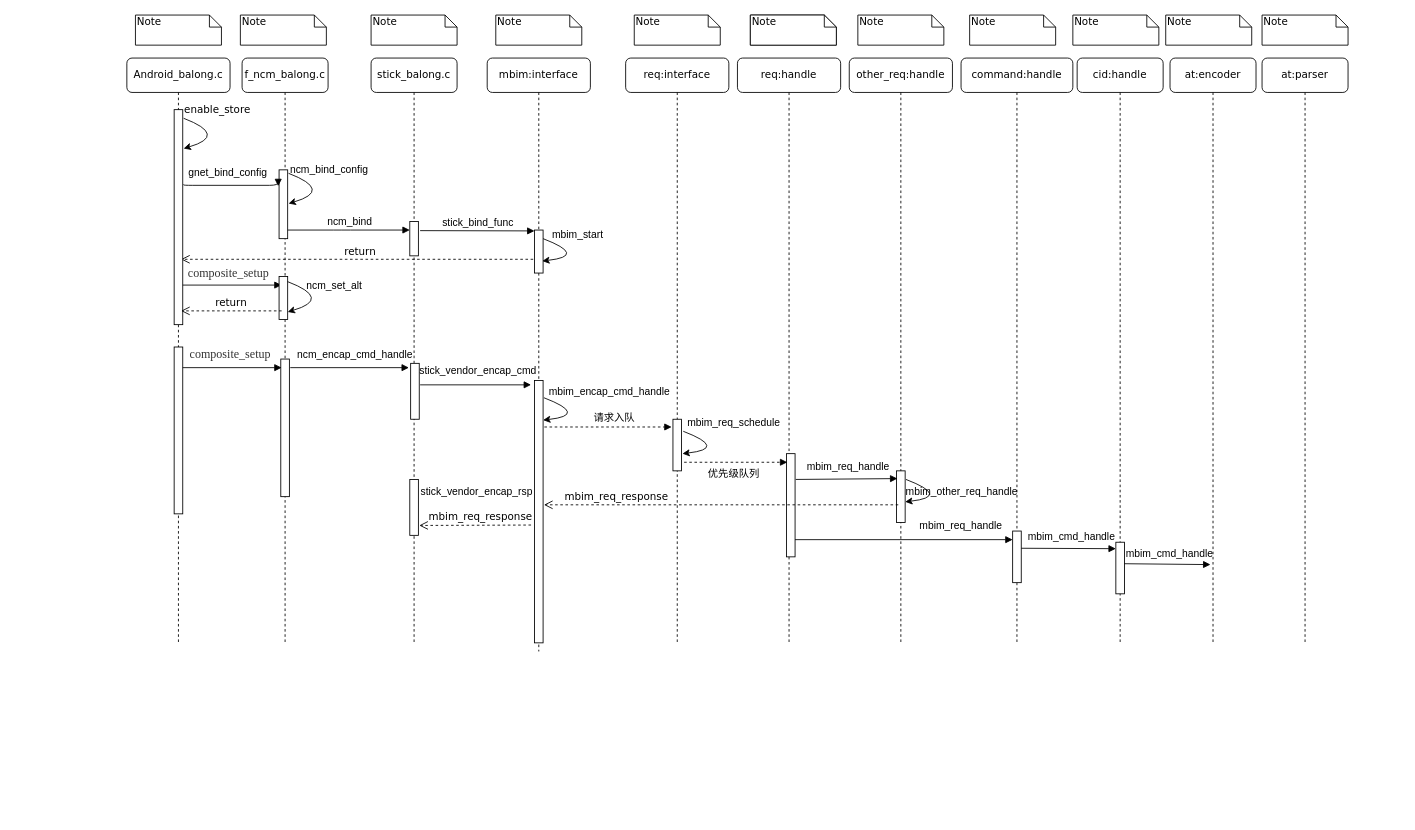
liuhongkang/paper keeps this draw.io diagram as MBIM.drawio. Above is the earlier version. Source tidied: cells renumbered, new cells numbered last; positions are measured from the earlier drawing's top-left corner, leaving out a move shared by most shapes. Both pictures are drawn from the tidied source at 86%, with x=0, y=0 at pixel (126, 15).
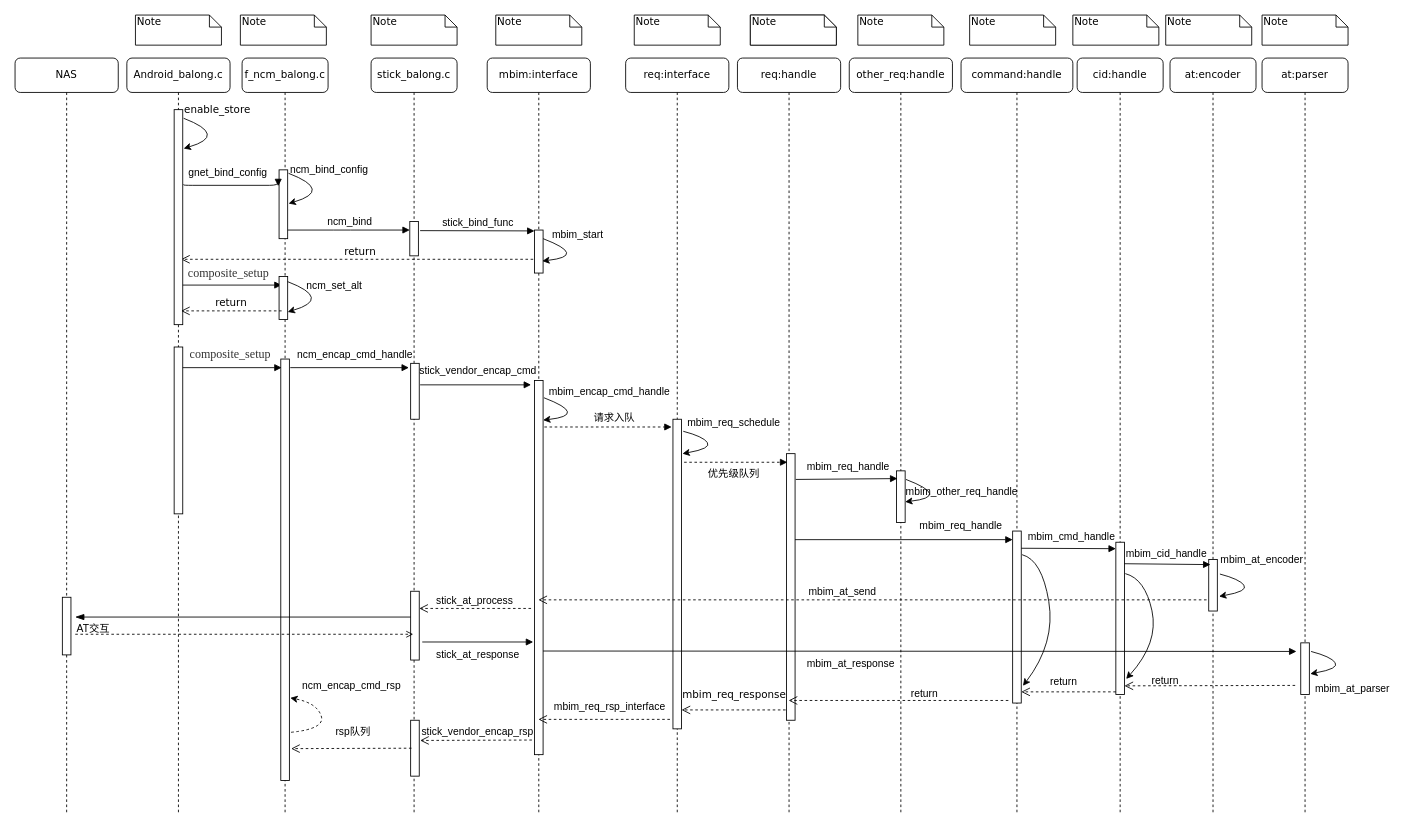
After the change.

The edit, as a diff of the source:
```diff
@@
     <mxCell id="4" value="mbim:interface" style="shape=umlLifeline;perimeter=lifelinePerimeter;whiteSpace=wrap;html=1;outlineConnect=0;rounded=1;shadow=0;comic=0;labelBackgroundColor=none;strokeWidth=1;fontFamily=Verdana;fontSize=12;align=center;" parent="1" vertex="1">
-      <mxGeometry x="419" y="50" width="120" height="690" as="geometry" />
+      <mxGeometry x="419" y="50" width="120" height="880" as="geometry" />
     </mxCell>
@@
     <mxCell id="6" value="f_ncm_balong.c" style="shape=umlLifeline;perimeter=lifelinePerimeter;whiteSpace=wrap;html=1;rounded=1;shadow=0;comic=0;labelBackgroundColor=none;strokeWidth=1;fontFamily=Verdana;fontSize=12;align=center;" parent="1" vertex="1">
-      <mxGeometry x="134" y="50" width="100" height="680" as="geometry" />
+      <mxGeometry x="134" y="50" width="100" height="880" as="geometry" />
     </mxCell>
@@
     <mxCell id="9" style="html=1;perimeter=orthogonalPerimeter;rounded=0;shadow=0;comic=0;labelBackgroundColor=none;strokeWidth=1;fontFamily=Verdana;fontSize=12;align=center;" parent="6" vertex="1">
-      <mxGeometry x="45" y="350" width="10" height="160" as="geometry" />
+      <mxGeometry x="45" y="350" width="10" height="490" as="geometry" />
     </mxCell>
     <mxCell id="10" value="stick_balong.c" style="shape=umlLifeline;perimeter=lifelinePerimeter;whiteSpace=wrap;html=1;rounded=1;shadow=0;comic=0;labelBackgroundColor=none;strokeWidth=1;fontFamily=Verdana;fontSize=12;align=center;" parent="1" vertex="1">
-      <mxGeometry x="284" y="50" width="100" height="680" as="geometry" />
+      <mxGeometry x="284" y="50" width="100" height="880" as="geometry" />
     </mxCell>
@@
-    <mxCell id="13" style="html=1;perimeter=orthogonalPerimeter;rounded=0;shadow=0;comic=0;labelBackgroundColor=none;strokeWidth=1;fontFamily=Verdana;fontSize=12;align=center;" parent="10" vertex="1">
-      <mxGeometry x="45" y="490" width="10" height="65" as="geometry" />
-    </mxCell>
+    <mxCell id="84" style="html=1;perimeter=orthogonalPerimeter;rounded=0;shadow=0;comic=0;labelBackgroundColor=none;strokeWidth=1;fontFamily=Verdana;fontSize=12;align=center;" parent="10" vertex="1">
+      <mxGeometry x="46" y="620" width="10" height="80" as="geometry" />
+    </mxCell>
+    <mxCell id="85" style="html=1;perimeter=orthogonalPerimeter;rounded=0;shadow=0;comic=0;labelBackgroundColor=none;strokeWidth=1;fontFamily=Verdana;fontSize=12;align=center;" parent="10" vertex="1">
+      <mxGeometry x="46" y="770" width="10" height="65" as="geometry" />
+    </mxCell>
     <mxCell id="14" value="req:interface" style="shape=umlLifeline;perimeter=lifelinePerimeter;whiteSpace=wrap;html=1;rounded=1;shadow=0;comic=0;labelBackgroundColor=none;strokeWidth=1;fontFamily=Verdana;fontSize=12;align=center;" parent="1" vertex="1">
-      <mxGeometry x="580" y="50" width="120" height="680" as="geometry" />
+      <mxGeometry x="580" y="50" width="120" height="880" as="geometry" />
     </mxCell>
     <mxCell id="15" style="html=1;perimeter=orthogonalPerimeter;rounded=0;shadow=0;comic=0;labelBackgroundColor=none;strokeWidth=1;fontFamily=Verdana;fontSize=12;align=center;" parent="14" vertex="1">
-      <mxGeometry x="55" y="420" width="10" height="60" as="geometry" />
+      <mxGeometry x="55" y="420" width="10" height="360" as="geometry" />
     </mxCell>
     <mxCell id="16" value="req:handle" style="shape=umlLifeline;perimeter=lifelinePerimeter;whiteSpace=wrap;html=1;rounded=1;shadow=0;comic=0;labelBackgroundColor=none;strokeWidth=1;fontFamily=Verdana;fontSize=12;align=center;" parent="1" vertex="1">
-      <mxGeometry x="710" y="50" width="120" height="680" as="geometry" />
+      <mxGeometry x="710" y="50" width="120" height="880" as="geometry" />
     </mxCell>
     <mxCell id="17" value="&lt;span style=&quot;font-family: &amp;#34;verdana&amp;#34;&quot;&gt;other_req:handle&lt;/span&gt;" style="shape=umlLifeline;perimeter=lifelinePerimeter;whiteSpace=wrap;html=1;rounded=1;shadow=0;comic=0;labelBackgroundColor=none;strokeWidth=1;fontFamily=Verdana;fontSize=12;align=center;" parent="1" vertex="1">
-      <mxGeometry x="840" y="50" width="120" height="680" as="geometry" />
+      <mxGeometry x="840" y="50" width="120" height="880" as="geometry" />
     </mxCell>
@@
     <mxCell id="19" value="Android_balong.c" style="shape=umlLifeline;perimeter=lifelinePerimeter;whiteSpace=wrap;html=1;rounded=1;shadow=0;comic=0;labelBackgroundColor=none;strokeWidth=1;fontFamily=Verdana;fontSize=12;align=center;" parent="1" vertex="1">
-      <mxGeometry y="50" width="120" height="680" as="geometry" />
+      <mxGeometry y="50" width="120" height="880" as="geometry" />
     </mxCell>
@@
     <mxCell id="23" style="html=1;points=[];perimeter=orthogonalPerimeter;rounded=0;shadow=0;comic=0;labelBackgroundColor=none;strokeWidth=1;fontFamily=Verdana;fontSize=12;align=center;" parent="1" vertex="1">
-      <mxGeometry x="474" y="425" width="10" height="305" as="geometry" />
+      <mxGeometry x="474" y="425" width="10" height="435" as="geometry" />
     </mxCell>
@@
     <mxCell id="25" style="html=1;perimeter=orthogonalPerimeter;rounded=0;shadow=0;comic=0;labelBackgroundColor=none;strokeWidth=1;fontFamily=Verdana;fontSize=12;align=center;" parent="1" vertex="1">
-      <mxGeometry x="767" y="510" width="10" height="120" as="geometry" />
+      <mxGeometry x="767" y="510" width="10" height="310" as="geometry" />
     </mxCell>
-    <mxCell id="26" value="mbim_req_response" style="html=1;verticalAlign=bottom;endArrow=open;dashed=1;endSize=8;labelBackgroundColor=none;fontFamily=Verdana;fontSize=12;edgeStyle=elbowEdgeStyle;elbow=vertical;entryX=1.1;entryY=0.472;entryDx=0;entryDy=0;entryPerimeter=0;" parent="1" edge="1" target="23">
-      <mxGeometry x="0.59" y="-1" relative="1" as="geometry">
-        <mxPoint x="897" y="569.5" as="sourcePoint" />
-        <Array as="points">
-          <mxPoint x="620" y="569.5" />
-        </Array>
+    <mxCell id="26" value="mbim_req_response" style="html=1;verticalAlign=bottom;endArrow=open;dashed=1;endSize=8;labelBackgroundColor=none;fontFamily=Verdana;fontSize=12;edgeStyle=elbowEdgeStyle;elbow=vertical;" parent="1" edge="1">
+      <mxGeometry y="-8" relative="1" as="geometry">
+        <mxPoint x="766" y="808" as="sourcePoint" />
+        <mxPoint x="645" y="808" as="targetPoint" />
+        <mxPoint x="1" as="offset" />
       </mxGeometry>
     </mxCell>
@@
     <mxCell id="34" value="&lt;span&gt;command:handle&lt;/span&gt;" style="shape=umlLifeline;perimeter=lifelinePerimeter;whiteSpace=wrap;html=1;rounded=1;shadow=0;comic=0;labelBackgroundColor=none;strokeWidth=1;fontFamily=Verdana;fontSize=12;align=center;" parent="1" vertex="1">
-      <mxGeometry x="970" y="50" width="130" height="680" as="geometry" />
+      <mxGeometry x="970" y="50" width="130" height="880" as="geometry" />
     </mxCell>
     <mxCell id="35" style="html=1;points=[];perimeter=orthogonalPerimeter;rounded=0;shadow=0;comic=0;labelBackgroundColor=none;strokeColor=#000000;strokeWidth=1;fillColor=#FFFFFF;fontFamily=Verdana;fontSize=12;fontColor=#000000;align=center;" parent="34" vertex="1">
-      <mxGeometry x="60" y="550" width="10" height="60" as="geometry" />
+      <mxGeometry x="60" y="550" width="10" height="200" as="geometry" />
     </mxCell>
     <mxCell id="36" value="at:encoder" style="shape=umlLifeline;perimeter=lifelinePerimeter;whiteSpace=wrap;html=1;rounded=1;shadow=0;comic=0;labelBackgroundColor=none;strokeWidth=1;fontFamily=Verdana;fontSize=12;align=center;" parent="1" vertex="1">
-      <mxGeometry x="1213" y="50" width="100" height="680" as="geometry" />
+      <mxGeometry x="1213" y="50" width="100" height="880" as="geometry" />
     </mxCell>
+    <mxCell id="86" style="html=1;perimeter=orthogonalPerimeter;rounded=0;shadow=0;comic=0;labelBackgroundColor=none;strokeColor=#000000;strokeWidth=1;fillColor=#FFFFFF;fontFamily=Verdana;fontSize=12;fontColor=#000000;align=center;" parent="36" vertex="1">
+      <mxGeometry x="45" y="583" width="10" height="60" as="geometry" />
+    </mxCell>
     <mxCell id="37" value="at:parser" style="shape=umlLifeline;perimeter=lifelinePerimeter;whiteSpace=wrap;html=1;rounded=1;shadow=0;comic=0;labelBackgroundColor=none;strokeWidth=1;fontFamily=Verdana;fontSize=12;align=center;" parent="1" vertex="1">
-      <mxGeometry x="1320" y="50" width="100" height="680" as="geometry" />
+      <mxGeometry x="1320" y="50" width="100" height="880" as="geometry" />
     </mxCell>
+    <mxCell id="87" style="html=1;perimeter=orthogonalPerimeter;rounded=0;shadow=0;comic=0;labelBackgroundColor=none;strokeColor=#000000;strokeWidth=1;fillColor=#FFFFFF;fontFamily=Verdana;fontSize=12;fontColor=#000000;align=center;" parent="37" vertex="1">
+      <mxGeometry x="45" y="680" width="10" height="60" as="geometry" />
+    </mxCell>
@@
     <mxCell id="42" value="cid:handle" style="shape=umlLifeline;perimeter=lifelinePerimeter;whiteSpace=wrap;html=1;rounded=1;shadow=0;comic=0;labelBackgroundColor=none;strokeWidth=1;fontFamily=Verdana;fontSize=12;align=center;" parent="1" vertex="1">
-      <mxGeometry x="1105" y="50" width="100" height="680" as="geometry" />
+      <mxGeometry x="1105" y="50" width="100" height="880" as="geometry" />
     </mxCell>
     <mxCell id="43" style="html=1;points=[];perimeter=orthogonalPerimeter;rounded=0;shadow=0;comic=0;labelBackgroundColor=none;strokeColor=#000000;strokeWidth=1;fillColor=#FFFFFF;fontFamily=Verdana;fontSize=12;fontColor=#000000;align=center;" parent="42" vertex="1">
-      <mxGeometry x="45" y="563" width="10" height="60" as="geometry" />
+      <mxGeometry x="45" y="563" width="10" height="177" as="geometry" />
     </mxCell>
@@
     <mxCell id="68" style="curved=1;endArrow=classic;html=1;entryX=0.9;entryY=0.72;entryDx=0;entryDy=0;entryPerimeter=0;" parent="1" edge="1">
       <mxGeometry relative="1" as="geometry">
         <mxPoint x="647" y="484" as="sourcePoint" />
         <mxPoint x="646" y="510" as="targetPoint" />
         <Array as="points">
-          <mxPoint x="699" y="504" />
+          <mxPoint x="670" y="490" />
+          <mxPoint x="680" y="504" />
         </Array>
       </mxGeometry>
     </mxCell>
@@
-    <mxCell id="80" value="mbim_cmd_handle" style="text;whiteSpace=wrap;html=1;fontFamily=Helvetica;" parent="1" vertex="1">
+    <mxCell id="80" value="mbim_cid_handle" style="text;whiteSpace=wrap;html=1;fontFamily=Helvetica;" parent="1" vertex="1">
       <mxGeometry x="1160" y="613" width="100" height="20" as="geometry" />
     </mxCell>
@@
+    <mxCell id="88" style="curved=1;endArrow=classic;html=1;entryX=0.9;entryY=0.72;entryDx=0;entryDy=0;entryPerimeter=0;" parent="1" edge="1">
+      <mxGeometry relative="1" as="geometry">
+        <mxPoint x="1271" y="650" as="sourcePoint" />
+        <mxPoint x="1270" y="676" as="targetPoint" />
+        <Array as="points">
+          <mxPoint x="1294" y="656" />
+          <mxPoint x="1304" y="670" />
+        </Array>
+      </mxGeometry>
+    </mxCell>
+    <mxCell id="89" value="mbim_at_encoder" style="text;whiteSpace=wrap;html=1;fontFamily=Helvetica;" parent="1" vertex="1">
+      <mxGeometry x="1270" y="620" width="100" height="20" as="geometry" />
+    </mxCell>
+    <mxCell id="90" style="html=1;verticalAlign=bottom;endArrow=open;dashed=1;endSize=8;labelBackgroundColor=none;fontFamily=Verdana;fontSize=12;" parent="1" edge="1" target="4">
+      <mxGeometry x="-0.01" y="-10" relative="1" as="geometry">
+        <mxPoint x="1255.5" y="680" as="sourcePoint" />
+        <mxPoint x="1" as="offset" />
+      </mxGeometry>
+    </mxCell>
+    <mxCell id="91" value="mbim_at_send" style="text;whiteSpace=wrap;html=1;fontFamily=Helvetica;" parent="1" vertex="1">
+      <mxGeometry x="791" y="657" width="100" height="20" as="geometry" />
+    </mxCell>
+    <mxCell id="92" style="html=1;verticalAlign=bottom;endArrow=open;dashed=1;endSize=8;labelBackgroundColor=none;fontFamily=Verdana;fontSize=12;" parent="1" edge="1">
+      <mxGeometry x="-0.01" y="-10" relative="1" as="geometry">
+        <mxPoint x="470" y="690" as="sourcePoint" />
+        <mxPoint x="340" y="690" as="targetPoint" />
+        <mxPoint x="1" as="offset" />
+      </mxGeometry>
+    </mxCell>
+    <mxCell id="93" value="stick_at_process" style="text;whiteSpace=wrap;html=1;fontFamily=Helvetica;" parent="1" vertex="1">
+      <mxGeometry x="358" y="667" width="100" height="20" as="geometry" />
+    </mxCell>
+    <mxCell id="94" style="html=1;verticalAlign=bottom;endArrow=block;labelBackgroundColor=none;fontFamily=Verdana;fontSize=12;" parent="1" edge="1">
+      <mxGeometry relative="1" as="geometry">
+        <mxPoint x="343.5" y="729" as="sourcePoint" />
+        <mxPoint x="472.5" y="729" as="targetPoint" />
+      </mxGeometry>
+    </mxCell>
+    <mxCell id="95" value="stick_at_response" style="text;whiteSpace=wrap;html=1;fontFamily=Helvetica;" parent="1" vertex="1">
+      <mxGeometry x="358" y="730" width="92" height="20" as="geometry" />
+    </mxCell>
+    <mxCell id="96" style="html=1;verticalAlign=bottom;endArrow=block;labelBackgroundColor=none;fontFamily=Verdana;fontSize=12;" parent="1" edge="1">
+      <mxGeometry relative="1" as="geometry">
+        <mxPoint x="484" y="739.5" as="sourcePoint" />
+        <mxPoint x="1360" y="740" as="targetPoint" />
+      </mxGeometry>
+    </mxCell>
+    <mxCell id="97" value="mbim_at_response" style="text;whiteSpace=wrap;html=1;fontFamily=Helvetica;" parent="1" vertex="1">
+      <mxGeometry x="789" y="740" width="100" height="20" as="geometry" />
+    </mxCell>
+    <mxCell id="98" style="curved=1;endArrow=classic;html=1;entryX=0.9;entryY=0.72;entryDx=0;entryDy=0;entryPerimeter=0;" parent="1" edge="1">
+      <mxGeometry relative="1" as="geometry">
+        <mxPoint x="1377" y="740" as="sourcePoint" />
+        <mxPoint x="1376" y="766" as="targetPoint" />
+        <Array as="points">
+          <mxPoint x="1400" y="746" />
+          <mxPoint x="1410" y="760" />
+        </Array>
+      </mxGeometry>
+    </mxCell>
+    <mxCell id="99" value="mbim_at_parser" style="text;whiteSpace=wrap;html=1;fontFamily=Helvetica;" parent="1" vertex="1">
+      <mxGeometry x="1380" y="770" width="100" height="20" as="geometry" />
+    </mxCell>
+    <mxCell id="100" style="html=1;verticalAlign=bottom;endArrow=open;dashed=1;endSize=8;labelBackgroundColor=none;fontFamily=Verdana;fontSize=12;" parent="1" edge="1">
+      <mxGeometry x="-0.01" y="-10" relative="1" as="geometry">
+        <mxPoint x="1358.5" y="779.5" as="sourcePoint" />
+        <mxPoint x="1160" y="780" as="targetPoint" />
+        <mxPoint x="1" as="offset" />
+      </mxGeometry>
+    </mxCell>
+    <mxCell id="101" value="return" style="text;whiteSpace=wrap;html=1;fontFamily=Helvetica;" parent="1" vertex="1">
+      <mxGeometry x="1190" y="760" width="40" height="20" as="geometry" />
+    </mxCell>
+    <mxCell id="102" style="html=1;verticalAlign=bottom;endArrow=open;dashed=1;endSize=8;labelBackgroundColor=none;fontFamily=Verdana;fontSize=12;" parent="1" edge="1">
+      <mxGeometry x="-0.01" y="-10" relative="1" as="geometry">
+        <mxPoint x="1150" y="787" as="sourcePoint" />
+        <mxPoint x="1040" y="787" as="targetPoint" />
+        <mxPoint x="1" as="offset" />
+      </mxGeometry>
+    </mxCell>
+    <mxCell id="103" value="return" style="text;whiteSpace=wrap;html=1;fontFamily=Helvetica;" parent="1" vertex="1">
+      <mxGeometry x="1072" y="762" width="40" height="20" as="geometry" />
+    </mxCell>
+    <mxCell id="104" value="NAS" style="shape=umlLifeline;perimeter=lifelinePerimeter;whiteSpace=wrap;html=1;rounded=1;shadow=0;comic=0;labelBackgroundColor=none;strokeWidth=1;fontFamily=Verdana;fontSize=12;align=center;" parent="1" vertex="1">
+      <mxGeometry x="-130" y="50" width="120" height="880" as="geometry" />
+    </mxCell>
+    <mxCell id="105" style="html=1;perimeter=orthogonalPerimeter;rounded=0;shadow=0;comic=0;labelBackgroundColor=none;strokeWidth=1;fontFamily=Verdana;fontSize=12;align=center;" parent="104" vertex="1">
+      <mxGeometry x="55" y="627" width="10" height="67" as="geometry" />
+    </mxCell>
+    <mxCell id="106" style="html=1;verticalAlign=bottom;endArrow=blockThin;endSize=8;labelBackgroundColor=none;fontFamily=Verdana;fontSize=12;endFill=1;entryX=0;entryY=0;entryDx=0;entryDy=0;" parent="1" edge="1" target="108">
+      <mxGeometry x="-0.01" y="-10" relative="1" as="geometry">
+        <mxPoint x="330" y="700" as="sourcePoint" />
+        <mxPoint x="1" as="offset" />
+      </mxGeometry>
+    </mxCell>
+    <mxCell id="107" style="html=1;verticalAlign=bottom;endArrow=open;labelBackgroundColor=none;fontFamily=Verdana;fontSize=12;endFill=0;dashed=1;exitX=0;exitY=1;exitDx=0;exitDy=0;exitPerimeter=0;" parent="1" edge="1" source="108">
+      <mxGeometry relative="1" as="geometry">
+        <mxPoint x="333" y="720" as="targetPoint" />
+        <Array as="points">
+          <mxPoint x="263" y="720" />
+        </Array>
+      </mxGeometry>
+    </mxCell>
+    <mxCell id="108" value="AT交互" style="text;whiteSpace=wrap;html=1;fontFamily=Helvetica;" parent="1" vertex="1">
+      <mxGeometry x="-60" y="700" width="50" height="20" as="geometry" />
+    </mxCell>
+    <mxCell id="109" style="curved=1;endArrow=classic;html=1;entryX=1.2;entryY=0.898;entryDx=0;entryDy=0;entryPerimeter=0;" parent="1" edge="1" target="43">
+      <mxGeometry relative="1" as="geometry">
+        <mxPoint x="1161" y="649.5" as="sourcePoint" />
+        <Array as="points">
+          <mxPoint x="1184" y="655.5" />
+          <mxPoint x="1200" y="730" />
+        </Array>
+      </mxGeometry>
+    </mxCell>
+    <mxCell id="110" style="curved=1;endArrow=classic;html=1;entryX=1.2;entryY=0.9;entryDx=0;entryDy=0;entryPerimeter=0;" parent="1" edge="1" target="35">
+      <mxGeometry relative="1" as="geometry">
+        <mxPoint x="1041" y="627.5" as="sourcePoint" />
+        <Array as="points">
+          <mxPoint x="1064" y="633.5" />
+          <mxPoint x="1080" y="730" />
+        </Array>
+      </mxGeometry>
+    </mxCell>
+    <mxCell id="111" style="html=1;verticalAlign=bottom;endArrow=open;dashed=1;endSize=8;labelBackgroundColor=none;fontFamily=Verdana;fontSize=12;" parent="1" edge="1" target="4">
+      <mxGeometry x="-0.01" y="-10" relative="1" as="geometry">
+        <mxPoint x="631.5" y="819" as="sourcePoint" />
+        <mxPoint x="1" as="offset" />
+      </mxGeometry>
+    </mxCell>
     <mxCell id="82" value="stick_vendor_encap_rsp" style="text;whiteSpace=wrap;html=1;fontFamily=Helvetica;" parent="1" vertex="1">
-      <mxGeometry x="340" y="540" width="130" height="30" as="geometry" />
+      <mxGeometry x="341" y="820" width="130" height="30" as="geometry" />
     </mxCell>
-    <mxCell id="83" value="mbim_req_response" style="html=1;verticalAlign=bottom;endArrow=open;dashed=1;endSize=8;labelBackgroundColor=none;fontFamily=Verdana;fontSize=12;edgeStyle=elbowEdgeStyle;elbow=vertical;entryX=1.1;entryY=0.472;entryDx=0;entryDy=0;entryPerimeter=0;" parent="1" edge="1">
-      <mxGeometry x="-0.08" y="-1" relative="1" as="geometry">
-        <mxPoint x="470" y="593" as="sourcePoint" />
-        <mxPoint x="340" y="593" as="targetPoint" />
-        <Array as="points">
-          <mxPoint x="475" y="593.5" />
-        </Array>
-      </mxGeometry>
-    </mxCell>
+    <mxCell id="112" style="html=1;verticalAlign=bottom;endArrow=open;dashed=1;endSize=8;labelBackgroundColor=none;fontFamily=Verdana;fontSize=12;edgeStyle=elbowEdgeStyle;elbow=vertical;entryX=1.1;entryY=0.472;entryDx=0;entryDy=0;entryPerimeter=0;" parent="1" edge="1">
+      <mxGeometry x="-0.08" y="-1" relative="1" as="geometry">
+        <mxPoint x="471" y="843" as="sourcePoint" />
+        <mxPoint x="341" y="843" as="targetPoint" />
+        <Array as="points">
+          <mxPoint x="476" y="843.5" />
+        </Array>
+      </mxGeometry>
+    </mxCell>
+    <mxCell id="113" value="rsp队列" style="text;whiteSpace=wrap;html=1;fontFamily=Helvetica;" parent="1" vertex="1">
+      <mxGeometry x="241" y="820" width="50" height="30" as="geometry" />
+    </mxCell>
+    <mxCell id="114" style="html=1;verticalAlign=bottom;endArrow=open;dashed=1;endSize=8;labelBackgroundColor=none;fontFamily=Verdana;fontSize=12;edgeStyle=elbowEdgeStyle;elbow=vertical;entryX=1.1;entryY=0.472;entryDx=0;entryDy=0;entryPerimeter=0;exitX=0.1;exitY=0.962;exitDx=0;exitDy=0;exitPerimeter=0;" parent="1" edge="1">
+      <mxGeometry x="-0.08" y="-1" relative="1" as="geometry">
+        <mxPoint x="331" y="852.5" as="sourcePoint" />
+        <mxPoint x="191" y="852.5" as="targetPoint" />
+        <Array as="points">
+          <mxPoint x="326" y="853" />
+        </Array>
+      </mxGeometry>
+    </mxCell>
+    <mxCell id="115" value="ncm_encap_cmd_rsp" style="text;html=1;align=center;verticalAlign=middle;fontFamily=Helvetica;" parent="1" vertex="1">
+      <mxGeometry x="196" y="770" width="130" height="20" as="geometry" />
+    </mxCell>
+    <mxCell id="116" style="curved=1;endArrow=classic;html=1;dashed=1;fontFamily=Helvetica;entryX=1;entryY=0.256;entryDx=0;entryDy=0;entryPerimeter=0;" parent="1" edge="1">
+      <mxGeometry relative="1" as="geometry">
+        <mxPoint x="191" y="834" as="sourcePoint" />
+        <mxPoint x="190" y="794" as="targetPoint" />
+        <Array as="points">
+          <mxPoint x="231" y="830" />
+          <mxPoint x="221" y="800" />
+        </Array>
+      </mxGeometry>
+    </mxCell>
+    <mxCell id="117" style="html=1;verticalAlign=bottom;endArrow=open;dashed=1;endSize=8;labelBackgroundColor=none;fontFamily=Verdana;fontSize=12;" parent="1" edge="1">
+      <mxGeometry x="-0.01" y="-10" relative="1" as="geometry">
+        <mxPoint x="1025" y="797" as="sourcePoint" />
+        <mxPoint x="769.5" y="797" as="targetPoint" />
+        <mxPoint x="1" as="offset" />
+      </mxGeometry>
+    </mxCell>
+    <mxCell id="118" value="return" style="text;whiteSpace=wrap;html=1;fontFamily=Helvetica;" parent="1" vertex="1">
+      <mxGeometry x="910" y="776" width="40" height="20" as="geometry" />
+    </mxCell>
+    <mxCell id="119" value="mbim_req_rsp_interface" style="text;whiteSpace=wrap;html=1;fontFamily=Helvetica;" parent="1" vertex="1">
+      <mxGeometry x="494.5" y="790" width="130" height="30" as="geometry" />
+    </mxCell>
```
